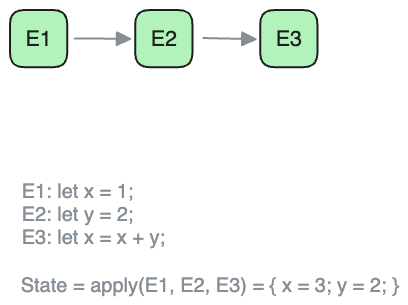
Earlier version of the Excalidraw export src/list/raxos/history.excalidraw.png (drmingdrmer/consensus-essence). Source tidied: one line per element, renumbered; positions are measured from the earlier drawing's top-left corner, leaving out a move shared by most shapes.
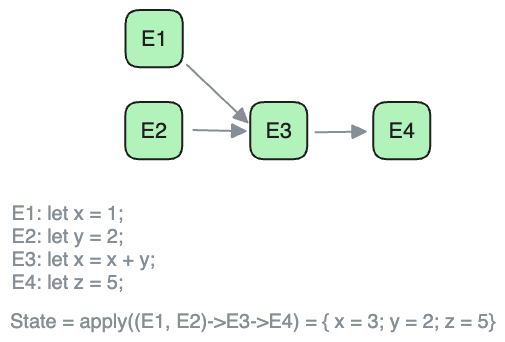
After the change.

Diff of the diagram source:
```diff
@@ -1,10 +1,13 @@
-{"id": 0, "type": "rectangle", "strokeColor": "#1e1e1e", "backgroundColor": "#b2f2bb", "fillStyle": "solid", "strokeWidth": 2, "roughness": 0, "round": true, "x": 0, "y": 0, "width": 57, "height": 57}
+{"id": 0, "type": "rectangle", "strokeColor": "#1e1e1e", "backgroundColor": "#b2f2bb", "fillStyle": "solid", "strokeWidth": 2, "roughness": 0, "round": true, "x": 126, "y": -92, "width": 57, "height": 57}
-{"id": 1, "type": "text", "text": "E1", "strokeColor": "#1e1e1e", "strokeWidth": 2, "roughness": 1, "fontSize": 21.56, "fontFamily": 2, "textAlign": "center", "verticalAlign": "middle", "inside": 0, "x": 15, "y": 16, "width": 26, "height": 25}
+{"id": 1, "type": "text", "text": "E1", "strokeColor": "#1e1e1e", "strokeWidth": 2, "roughness": 1, "fontSize": 21.56, "fontFamily": 2, "textAlign": "center", "verticalAlign": "middle", "inside": 0, "x": 141, "y": -76, "width": 26, "height": 25}
 {"id": 2, "type": "rectangle", "strokeColor": "#1e1e1e", "backgroundColor": "#b2f2bb", "fillStyle": "solid", "strokeWidth": 2, "roughness": 0, "round": true, "x": 125, "y": 0, "width": 57, "height": 57}
 {"id": 3, "type": "text", "text": "E2", "strokeColor": "#1e1e1e", "strokeWidth": 2, "roughness": 1, "fontSize": 21.56, "fontFamily": 2, "textAlign": "center", "verticalAlign": "middle", "inside": 2, "x": 141, "y": 16, "width": 26, "height": 25}
 {"id": 4, "type": "rectangle", "strokeColor": "#1e1e1e", "backgroundColor": "#b2f2bb", "fillStyle": "solid", "strokeWidth": 2, "roughness": 0, "round": true, "x": 250, "y": 0, "width": 57, "height": 57}
 {"id": 5, "type": "text", "text": "E3", "strokeColor": "#1e1e1e", "strokeWidth": 2, "roughness": 1, "fontSize": 21.56, "fontFamily": 2, "textAlign": "center", "verticalAlign": "middle", "inside": 4, "x": 266, "y": 16, "width": 26, "height": 25}
+{"id": 10, "type": "rectangle", "strokeColor": "#1e1e1e", "backgroundColor": "#b2f2bb", "fillStyle": "solid", "strokeWidth": 2, "roughness": 0, "round": true, "x": 373, "y": 0, "width": 57, "height": 57}
+{"id": 11, "type": "text", "text": "E4", "strokeColor": "#1e1e1e", "strokeWidth": 2, "roughness": 1, "fontSize": 21.56, "fontFamily": 2, "textAlign": "center", "verticalAlign": "middle", "inside": 10, "x": 389, "y": 16, "width": 26, "height": 25}
-{"id": 6, "type": "arrow", "strokeColor": "#868e96", "backgroundColor": "#b2f2bb", "fillStyle": "solid", "strokeWidth": 2, "roughness": 0, "endArrowhead": "triangle", "round": true, "from": 0, "to": 2, "x": 65, "y": 28, "width": 56, "height": 0, "points": [[0, 0], [56, 0]]}
+{"id": 6, "type": "arrow", "strokeColor": "#868e96", "backgroundColor": "#b2f2bb", "fillStyle": "solid", "strokeWidth": 2, "roughness": 0, "endArrowhead": "triangle", "round": true, "from": 0, "to": 4, "x": 187, "y": -37, "width": 61, "height": 58, "points": [[0, 0], [61, 58]]}
 {"id": 7, "type": "arrow", "strokeColor": "#868e96", "backgroundColor": "#b2f2bb", "fillStyle": "solid", "strokeWidth": 2, "roughness": 0, "endArrowhead": "triangle", "round": true, "from": 2, "to": 4, "x": 193, "y": 28, "width": 52, "height": 1, "points": [[0, 0], [52, 1]]}
+{"id": 12, "type": "arrow", "strokeColor": "#868e96", "backgroundColor": "#b2f2bb", "fillStyle": "solid", "strokeWidth": 2, "roughness": 0, "endArrowhead": "triangle", "round": true, "from": 4, "to": 10, "x": 316, "y": 30, "width": 50, "height": 1, "points": [[0, 0], [50, -1]]}
-{"id": 8, "type": "text", "text": "E1: let x = 1;\nE2: let y = 2;\nE3: let x = x + y;", "strokeColor": "#868e96", "backgroundColor": "#b2f2bb", "fillStyle": "solid", "strokeWidth": 2, "roughness": 0, "fontSize": 20, "fontFamily": 2, "x": 12, "y": 169, "width": 143, "height": 69}
+{"id": 8, "type": "text", "text": "E1: let x = 1;\nE2: let y = 2;\nE3: let x = x + y;\nE4: let z = 5;", "strokeColor": "#868e96", "backgroundColor": "#b2f2bb", "fillStyle": "solid", "strokeWidth": 2, "roughness": 0, "fontSize": 20, "fontFamily": 2, "x": 12, "y": 99, "width": 143, "height": 92}
-{"id": 9, "type": "text", "text": "State = apply(E1, E2, E3) = { x = 3; y = 2; }", "strokeColor": "#868e96", "backgroundColor": "#b2f2bb", "fillStyle": "solid", "strokeWidth": 2, "roughness": 0, "fontSize": 20, "fontFamily": 2, "x": 11, "y": 263, "width": 378, "height": 23}
+{"id": 9, "type": "text", "text": "State = apply((E1, E2)->E3->E4) = { x = 3; y = 2; z = 5}", "strokeColor": "#868e96", "backgroundColor": "#b2f2bb", "fillStyle": "solid", "strokeWidth": 2, "roughness": 0, "fontSize": 20, "fontFamily": 2, "x": 10, "y": 207, "width": 485, "height": 23}
```
